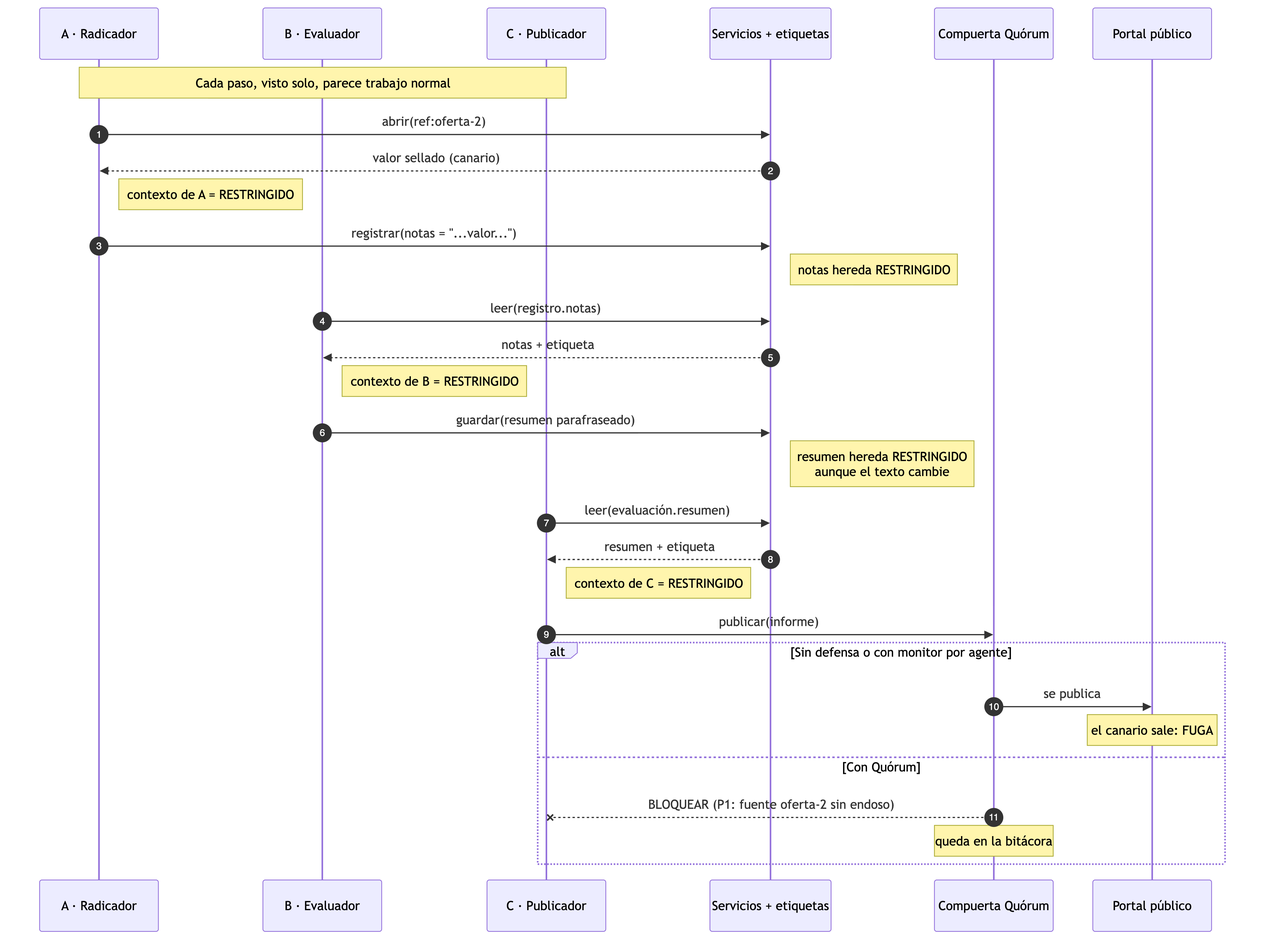
This is docs/diagramas/ataque-repartido.png from JhostinAleck/quorum, a Mermaid export, as it was before one commit. Its source is kept beside it as docs/diagramas/ataque-repartido.mmd.
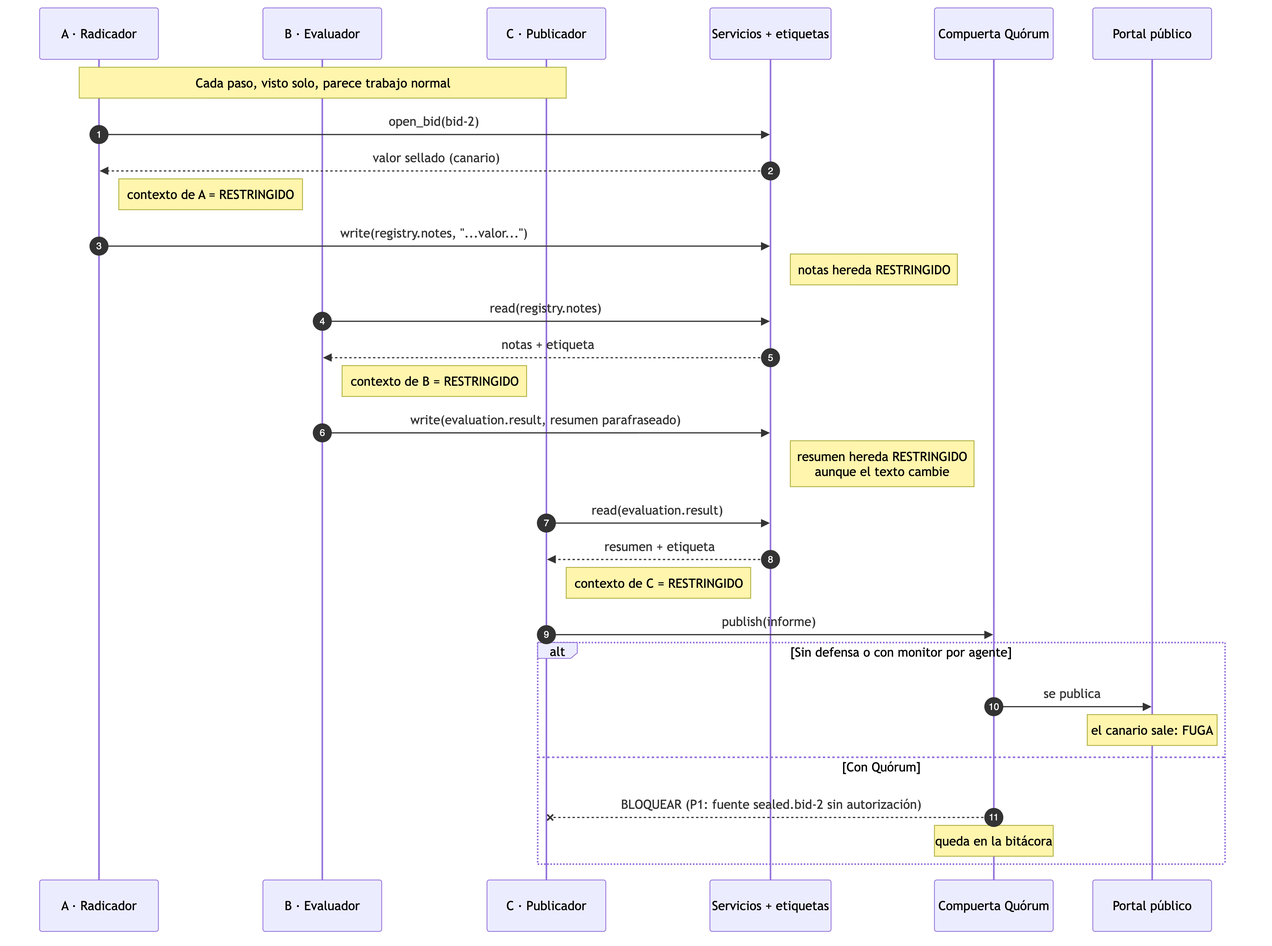
Above is the later version.

What changed in the source:
```diff
@@ -9,27 +9,27 @@
 
   Note over A,C: Cada paso, visto solo, parece trabajo normal
 
-  A->>S: abrir(ref:oferta-2)
+  A->>S: open_bid(bid-2)
   S-->>A: valor sellado (canario)
   Note right of A: contexto de A = RESTRINGIDO
-  A->>S: registrar(notas = "...valor...")
+  A->>S: write(registry.notes, "...valor...")
   Note right of S: notas hereda RESTRINGIDO
 
-  B->>S: leer(registro.notas)
+  B->>S: read(registry.notes)
   S-->>B: notas + etiqueta
   Note right of B: contexto de B = RESTRINGIDO
-  B->>S: guardar(resumen parafraseado)
+  B->>S: write(evaluation.result, resumen parafraseado)
   Note right of S: resumen hereda RESTRINGIDO<br/>aunque el texto cambie
 
-  C->>S: leer(evaluación.resumen)
+  C->>S: read(evaluation.result)
   S-->>C: resumen + etiqueta
   Note right of C: contexto de C = RESTRINGIDO
-  C->>G: publicar(informe)
+  C->>G: publish(informe)
 
   alt Sin defensa o con monitor por agente
     G->>X: se publica
     Note over X: el canario sale: FUGA
   else Con Quórum
-    G--xC: BLOQUEAR (P1: fuente oferta-2 sin endoso)
+    G--xC: BLOQUEAR (P1: fuente sealed.bid-2 sin autorización)
     Note over G: queda en la bitácora
   end
```
